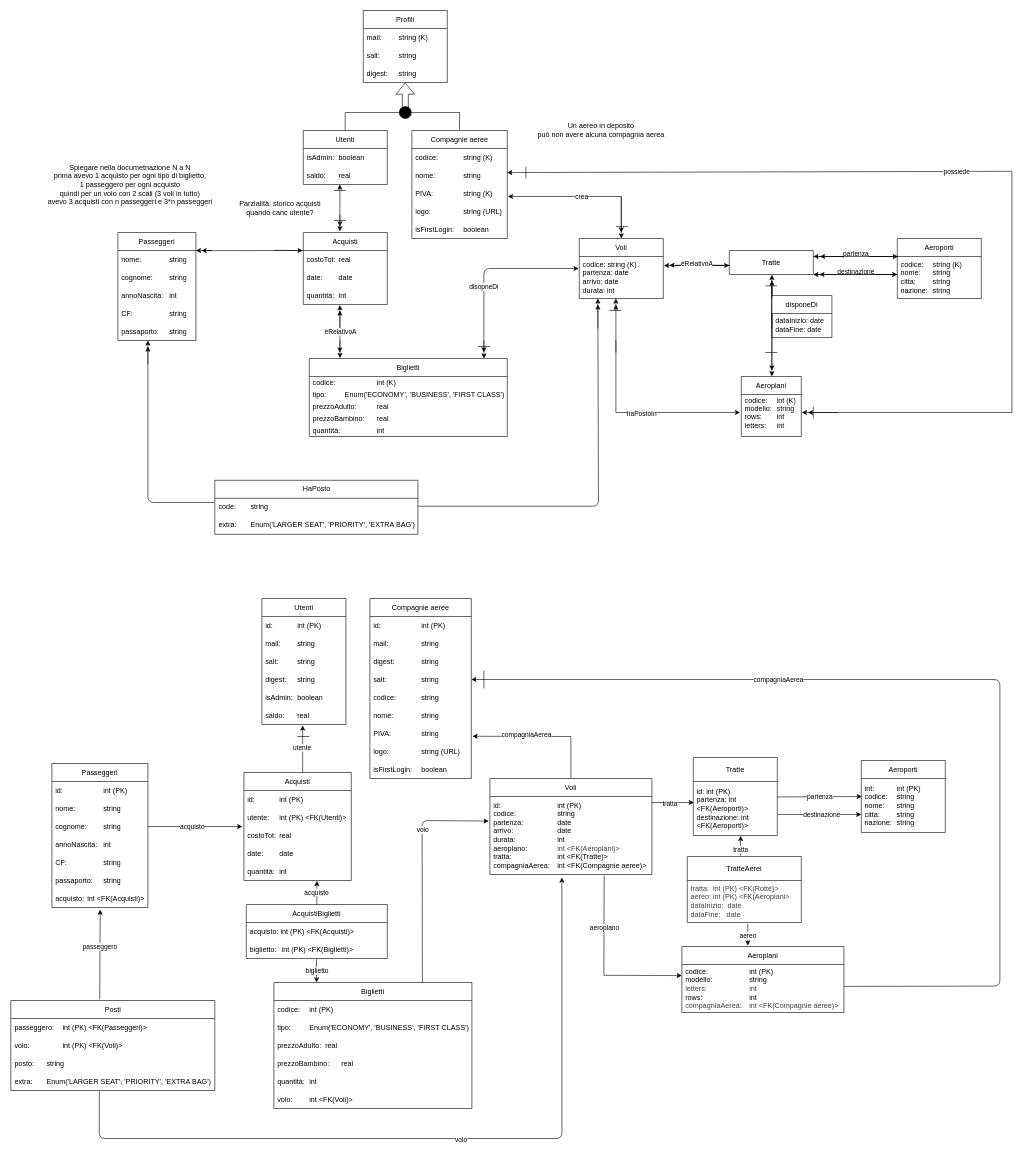
The draw.io diagram BD/DB.drawio in giovanni-quacchia/Airports_projects, before the edit. Source tidied: cells renumbered, new cells numbered last; positions are measured from the earlier drawing's top-left corner, leaving out a move shared by most shapes. Both pictures are drawn from the tidied source at 60%, with x=0, y=0 at pixel (11, 10).
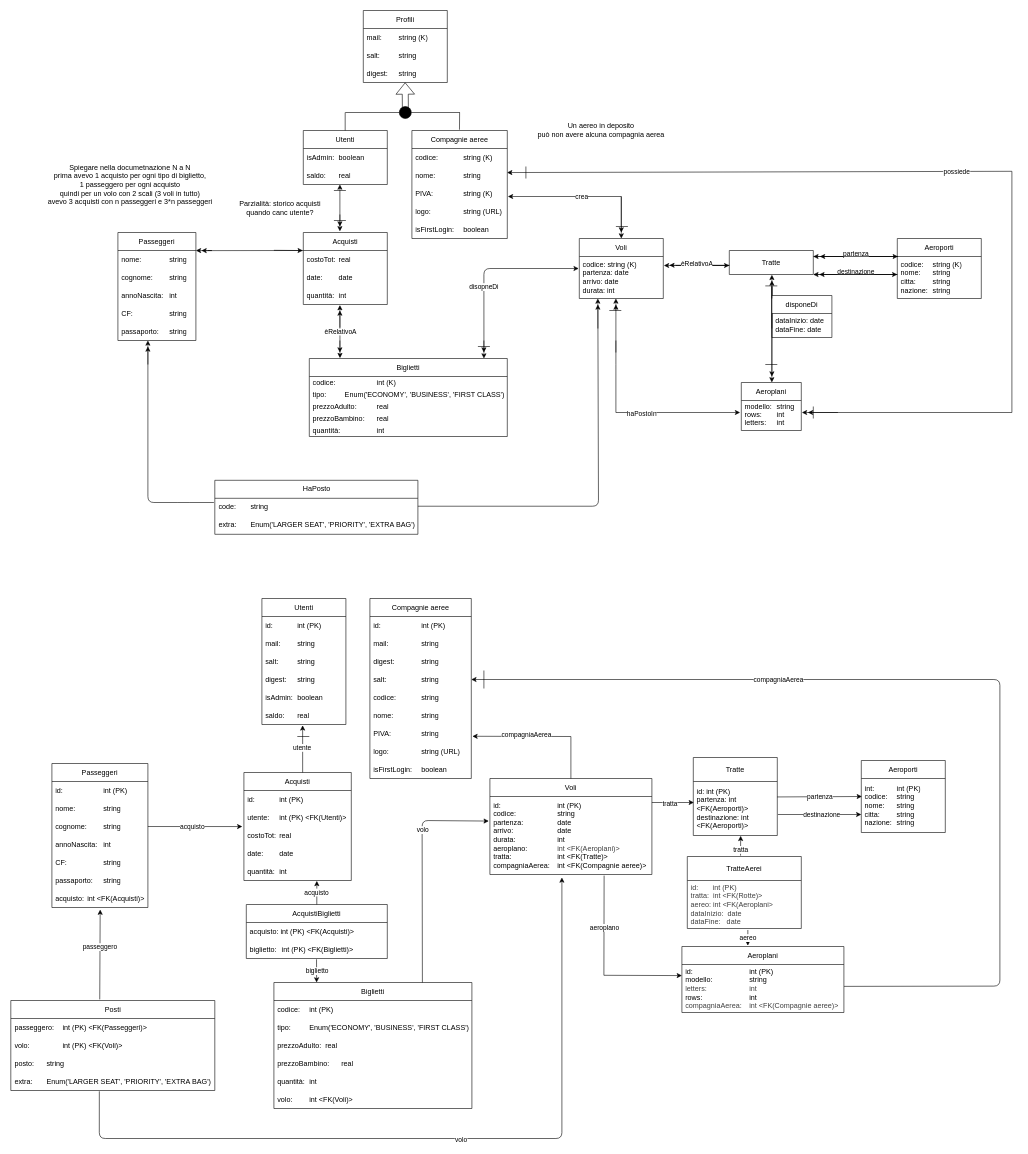
After the change.

The change refers to these unchanged cells:
```xml
<mxCell id="110" value="Aeroplani" style="swimlane;fontStyle=0;horizontal=1;startSize=30;whiteSpace=wrap;html=1;" parent="1" vertex="1">
  <mxGeometry x="1118" y="1560" width="270" height="110" as="geometry" />
</mxCell>
```

Change to the diagram source:
```diff
@@
     <mxCell id="16" value="Aeroplani" style="swimlane;fontStyle=0;horizontal=1;startSize=30;whiteSpace=wrap;html=1;" parent="1" vertex="1">
-      <mxGeometry x="1217" y="610" width="100" height="100" as="geometry" />
+      <mxGeometry x="1217" y="620" width="100" height="80" as="geometry" />
     </mxCell>
-    <mxCell id="17" value="codice: &lt;span style=&quot;white-space: pre;&quot;&gt;&#9;&lt;/span&gt;int (K)&lt;div&gt;&lt;font color=&quot;#000000&quot;&gt;modello: &lt;span style=&quot;white-space: pre;&quot;&gt;&#9;&lt;/span&gt;string&lt;/font&gt;&lt;/div&gt;&lt;div&gt;&lt;font color=&quot;#000000&quot;&gt;rows: &lt;span style=&quot;white-space: pre;&quot;&gt;&#9;&lt;/span&gt;int&lt;/font&gt;&lt;/div&gt;&lt;div&gt;&lt;font color=&quot;#000000&quot;&gt;letters: &lt;span style=&quot;white-space: pre;&quot;&gt;&#9;&lt;/span&gt;int&lt;/font&gt;&lt;/div&gt;&lt;div&gt;&lt;div&gt;&lt;div&gt;&lt;br&gt;&lt;/div&gt;&lt;/div&gt;&lt;/div&gt;" style="text;strokeColor=none;fillColor=none;align=left;verticalAlign=middle;spacingLeft=4;spacingRight=4;overflow=hidden;whiteSpace=wrap;html=1;" parent="16" vertex="1">
-      <mxGeometry y="30" width="100" height="70" as="geometry" />
+    <mxCell id="17" value="&lt;div&gt;&lt;font color=&quot;#000000&quot;&gt;modello: &lt;span style=&quot;white-space: pre;&quot;&gt;&#9;&lt;/span&gt;string&lt;/font&gt;&lt;/div&gt;&lt;div&gt;&lt;font color=&quot;#000000&quot;&gt;rows: &lt;span style=&quot;white-space: pre;&quot;&gt;&#9;&lt;/span&gt;int&lt;/font&gt;&lt;/div&gt;&lt;div&gt;&lt;font color=&quot;#000000&quot;&gt;letters: &lt;span style=&quot;white-space: pre;&quot;&gt;&#9;&lt;/span&gt;int&lt;/font&gt;&lt;/div&gt;&lt;div&gt;&lt;div&gt;&lt;div&gt;&lt;br&gt;&lt;/div&gt;&lt;/div&gt;&lt;/div&gt;" style="text;strokeColor=none;fillColor=none;align=left;verticalAlign=middle;spacingLeft=4;spacingRight=4;overflow=hidden;whiteSpace=wrap;html=1;" parent="16" vertex="1">
+      <mxGeometry y="30" width="100" height="50" as="geometry" />
     </mxCell>
@@
     <mxCell id="29" style="endArrow=classic;html=1;rounded=0;" parent="1" edge="1">
       <mxGeometry relative="1" as="geometry">
-        <mxPoint x="1268" y="450" as="sourcePoint" />
-        <mxPoint x="1268" y="600" as="targetPoint" />
+        <mxPoint x="1268" y="460" as="sourcePoint" />
+        <mxPoint x="1268" y="610" as="targetPoint" />
       </mxGeometry>
     </mxCell>
@@
     <mxCell id="55" style="endArrow=none;html=1;rounded=0;" parent="1" edge="1">
       <mxGeometry relative="1" as="geometry">
-        <mxPoint x="1277" y="570" as="sourcePoint" />
-        <mxPoint x="1257" y="570" as="targetPoint" />
+        <mxPoint x="1277" y="590" as="sourcePoint" />
+        <mxPoint x="1257" y="590" as="targetPoint" />
       </mxGeometry>
     </mxCell>
@@
-    <mxCell id="111" value="codice: &lt;span style=&quot;white-space: pre;&quot;&gt;&#9;&lt;span style=&quot;white-space: pre;&quot;&gt;&#9;&lt;span style=&quot;white-space: pre;&quot;&gt;&#9;&lt;/span&gt;&lt;/span&gt;&lt;/span&gt;int (PK)&lt;div&gt;&lt;font color=&quot;#000000&quot;&gt;modello: &lt;span style=&quot;white-space: pre;&quot;&gt;&#9;&lt;span style=&quot;white-space: pre;&quot;&gt;&#9;&lt;span style=&quot;white-space: pre;&quot;&gt;&#9;&lt;/span&gt;&lt;/span&gt;&lt;/span&gt;string&lt;/font&gt;&lt;/div&gt;&lt;div&gt;&lt;font color=&quot;#000000&quot;&gt;&lt;div style=&quot;color: rgb(63, 63, 63); scrollbar-color: rgb(226, 226, 226) rgb(251, 251, 251);&quot;&gt;&lt;font style=&quot;scrollbar-color: rgb(226, 226, 226) rgb(251, 251, 251);&quot;&gt;letters:&amp;nbsp;&lt;span style=&quot;color: rgb(63, 63, 63); scrollbar-color: rgb(226, 226, 226) rgb(251, 251, 251); white-space: pre;&quot;&gt;&#9;&lt;span style=&quot;color: rgb(63, 63, 63); scrollbar-color: rgb(226, 226, 226) rgb(251, 251, 251); white-space: pre;&quot;&gt;&#9;&lt;span style=&quot;color: rgb(63, 63, 63); scrollbar-color: rgb(226, 226, 226) rgb(251, 251, 251);&quot;&gt;&#9;&lt;/span&gt;&lt;/span&gt;&lt;/span&gt;int&lt;/font&gt;&lt;/div&gt;&lt;/font&gt;&lt;/div&gt;&lt;div&gt;&lt;font color=&quot;#000000&quot;&gt;rows: &lt;span style=&quot;white-space: pre;&quot;&gt;&#9;&lt;span style=&quot;white-space: pre;&quot;&gt;&#9;&lt;span style=&quot;white-space: pre;&quot;&gt;&#9;&lt;/span&gt;&lt;/span&gt;&lt;/span&gt;int&lt;/font&gt;&lt;/div&gt;&lt;div&gt;&lt;span style=&quot;color: rgb(63, 63, 63); background-color: transparent;&quot;&gt;compagniaAerea:&amp;nbsp;&lt;/span&gt;&lt;span style=&quot;color: rgb(63, 63, 63); background-color: transparent; white-space: pre;&quot;&gt;&#9;&lt;/span&gt;&lt;span style=&quot;color: rgb(63, 63, 63); background-color: transparent;&quot;&gt;int &amp;lt;FK(Compagnie aeree)&amp;gt;&lt;/span&gt;&lt;/div&gt;" style="text;strokeColor=none;fillColor=none;align=left;verticalAlign=middle;spacingLeft=4;spacingRight=4;overflow=hidden;points=[[0,0.5],[1,0.5]];portConstraint=eastwest;whiteSpace=wrap;html=1;" parent="110" vertex="1">
+    <mxCell id="111" value="id: &lt;span style=&quot;white-space: pre;&quot;&gt;&#9;&lt;span style=&quot;white-space: pre;&quot;&gt;&#9;&lt;span style=&quot;white-space: pre;&quot;&gt;&#9;&lt;span style=&quot;white-space: pre;&quot;&gt;&#9;&lt;/span&gt;&lt;/span&gt;&lt;/span&gt;&lt;/span&gt;int (PK)&lt;div&gt;&lt;font color=&quot;#000000&quot;&gt;modello: &lt;span style=&quot;white-space: pre;&quot;&gt;&#9;&lt;span style=&quot;white-space: pre;&quot;&gt;&#9;&lt;span style=&quot;white-space: pre;&quot;&gt;&#9;&lt;/span&gt;&lt;/span&gt;&lt;/span&gt;string&lt;/font&gt;&lt;/div&gt;&lt;div&gt;&lt;font color=&quot;#000000&quot;&gt;&lt;div style=&quot;color: rgb(63, 63, 63); scrollbar-color: rgb(226, 226, 226) rgb(251, 251, 251);&quot;&gt;&lt;font style=&quot;scrollbar-color: rgb(226, 226, 226) rgb(251, 251, 251);&quot;&gt;letters:&amp;nbsp;&lt;span style=&quot;color: rgb(63, 63, 63); scrollbar-color: rgb(226, 226, 226) rgb(251, 251, 251); white-space: pre;&quot;&gt;&#9;&lt;span style=&quot;color: rgb(63, 63, 63); scrollbar-color: rgb(226, 226, 226) rgb(251, 251, 251); white-space: pre;&quot;&gt;&#9;&lt;span style=&quot;color: rgb(63, 63, 63); scrollbar-color: rgb(226, 226, 226) rgb(251, 251, 251);&quot;&gt;&#9;&lt;/span&gt;&lt;/span&gt;&lt;/span&gt;int&lt;/font&gt;&lt;/div&gt;&lt;/font&gt;&lt;/div&gt;&lt;div&gt;&lt;font color=&quot;#000000&quot;&gt;rows: &lt;span style=&quot;white-space: pre;&quot;&gt;&#9;&lt;span style=&quot;white-space: pre;&quot;&gt;&#9;&lt;span style=&quot;white-space: pre;&quot;&gt;&#9;&lt;/span&gt;&lt;/span&gt;&lt;/span&gt;int&lt;/font&gt;&lt;/div&gt;&lt;div&gt;&lt;span style=&quot;color: rgb(63, 63, 63); background-color: transparent;&quot;&gt;compagniaAerea:&amp;nbsp;&lt;/span&gt;&lt;span style=&quot;color: rgb(63, 63, 63); background-color: transparent; white-space: pre;&quot;&gt;&#9;&lt;/span&gt;&lt;span style=&quot;color: rgb(63, 63, 63); background-color: transparent;&quot;&gt;int &amp;lt;FK(Compagnie aeree)&amp;gt;&lt;/span&gt;&lt;/div&gt;" style="text;strokeColor=none;fillColor=none;align=left;verticalAlign=middle;spacingLeft=4;spacingRight=4;overflow=hidden;points=[[0,0.5],[1,0.5]];portConstraint=eastwest;whiteSpace=wrap;html=1;" parent="110" vertex="1">
       <mxGeometry y="30" width="270" height="80" as="geometry" />
     </mxCell>
@@
     <mxCell id="185" value="TratteAerei" style="swimlane;fontStyle=0;horizontal=1;startSize=40;whiteSpace=wrap;html=1;" parent="1" vertex="1">
-      <mxGeometry x="1127" y="1410" width="190" height="110" as="geometry" />
+      <mxGeometry x="1127" y="1410" width="190" height="120" as="geometry" />
     </mxCell>
-    <mxCell id="186" value="&lt;span style=&quot;scrollbar-color: rgb(226, 226, 226) rgb(251, 251, 251); color: rgb(63, 63, 63);&quot;&gt;tratta:&amp;nbsp;&lt;/span&gt;&lt;span style=&quot;scrollbar-color: rgb(226, 226, 226) rgb(251, 251, 251); color: rgb(63, 63, 63);&quot;&gt;&lt;font color=&quot;#000000&quot;&gt;&amp;nbsp;&lt;/font&gt;&lt;/span&gt;&lt;span style=&quot;scrollbar-color: rgb(226, 226, 226) rgb(251, 251, 251); color: rgb(63, 63, 63);&quot;&gt;int (PK) &amp;lt;FK(Rotte)&amp;gt;&lt;/span&gt;&lt;div&gt;&lt;span style=&quot;scrollbar-color: rgb(226, 226, 226) rgb(251, 251, 251); color: rgb(63, 63, 63);&quot;&gt;aereo: int (PK)&amp;nbsp;&lt;/span&gt;&lt;span style=&quot;color: rgb(63, 63, 63); background-color: transparent;&quot;&gt;&amp;lt;FK(Aeroplani&lt;/span&gt;&lt;span style=&quot;color: rgb(63, 63, 63); background-color: transparent;&quot;&gt;&amp;gt;&lt;/span&gt;&lt;/div&gt;&lt;div&gt;&lt;span style=&quot;color: rgb(63, 63, 63); background-color: transparent;&quot;&gt;&lt;div style=&quot;color: rgb(63, 63, 63); scrollbar-color: rgb(226, 226, 226) rgb(251, 251, 251);&quot;&gt;&lt;div style=&quot;color: rgb(63, 63, 63); scrollbar-color: rgb(226, 226, 226) rgb(251, 251, 251);&quot;&gt;&lt;div style=&quot;color: rgb(63, 63, 63); scrollbar-color: rgb(226, 226, 226) rgb(251, 251, 251);&quot;&gt;dataInizio:&amp;nbsp; date&lt;/div&gt;&lt;/div&gt;&lt;/div&gt;&lt;div style=&quot;color: rgb(63, 63, 63); scrollbar-color: rgb(226, 226, 226) rgb(251, 251, 251);&quot;&gt;dataFine:&amp;nbsp; &amp;nbsp;date&lt;/div&gt;&lt;/span&gt;&lt;/div&gt;" style="text;strokeColor=none;fillColor=none;align=left;verticalAlign=middle;spacingLeft=4;spacingRight=4;overflow=hidden;points=[[0,0.5],[1,0.5]];portConstraint=eastwest;whiteSpace=wrap;html=1;" parent="185" vertex="1">
-      <mxGeometry y="40" width="190" height="70" as="geometry" />
+    <mxCell id="186" value="&lt;div&gt;&lt;span style=&quot;scrollbar-color: rgb(226, 226, 226) rgb(251, 251, 251); color: rgb(63, 63, 63);&quot;&gt;id:&amp;nbsp;&lt;span style=&quot;white-space: pre;&quot;&gt;&#9;&lt;/span&gt;&amp;nbsp; &amp;nbsp;int (PK)&lt;/span&gt;&lt;/div&gt;&lt;span style=&quot;scrollbar-color: rgb(226, 226, 226) rgb(251, 251, 251); color: rgb(63, 63, 63);&quot;&gt;tratta:&amp;nbsp;&lt;/span&gt;&lt;span style=&quot;scrollbar-color: rgb(226, 226, 226) rgb(251, 251, 251); color: rgb(63, 63, 63);&quot;&gt;&lt;font color=&quot;#000000&quot;&gt;&amp;nbsp;&lt;/font&gt;&lt;/span&gt;&lt;span style=&quot;scrollbar-color: rgb(226, 226, 226) rgb(251, 251, 251); color: rgb(63, 63, 63);&quot;&gt;int &amp;lt;FK(Rotte)&amp;gt;&lt;/span&gt;&lt;div&gt;&lt;span style=&quot;scrollbar-color: rgb(226, 226, 226) rgb(251, 251, 251); color: rgb(63, 63, 63);&quot;&gt;aereo: int&amp;nbsp;&lt;/span&gt;&lt;span style=&quot;color: rgb(63, 63, 63); background-color: transparent;&quot;&gt;&amp;lt;FK(Aeroplani&lt;/span&gt;&lt;span style=&quot;color: rgb(63, 63, 63); background-color: transparent;&quot;&gt;&amp;gt;&lt;/span&gt;&lt;/div&gt;&lt;div&gt;&lt;span style=&quot;color: rgb(63, 63, 63); background-color: transparent;&quot;&gt;&lt;div style=&quot;color: rgb(63, 63, 63); scrollbar-color: rgb(226, 226, 226) rgb(251, 251, 251);&quot;&gt;&lt;div style=&quot;color: rgb(63, 63, 63); scrollbar-color: rgb(226, 226, 226) rgb(251, 251, 251);&quot;&gt;&lt;div style=&quot;color: rgb(63, 63, 63); scrollbar-color: rgb(226, 226, 226) rgb(251, 251, 251);&quot;&gt;dataInizio:&amp;nbsp; date&lt;/div&gt;&lt;/div&gt;&lt;/div&gt;&lt;div style=&quot;color: rgb(63, 63, 63); scrollbar-color: rgb(226, 226, 226) rgb(251, 251, 251);&quot;&gt;dataFine:&amp;nbsp; &amp;nbsp;date&lt;/div&gt;&lt;/span&gt;&lt;/div&gt;" style="text;strokeColor=none;fillColor=none;align=left;verticalAlign=middle;spacingLeft=4;spacingRight=4;overflow=hidden;points=[[0,0.5],[1,0.5]];portConstraint=eastwest;whiteSpace=wrap;html=1;" parent="185" vertex="1">
+      <mxGeometry y="40" width="190" height="80" as="geometry" />
     </mxCell>
```
